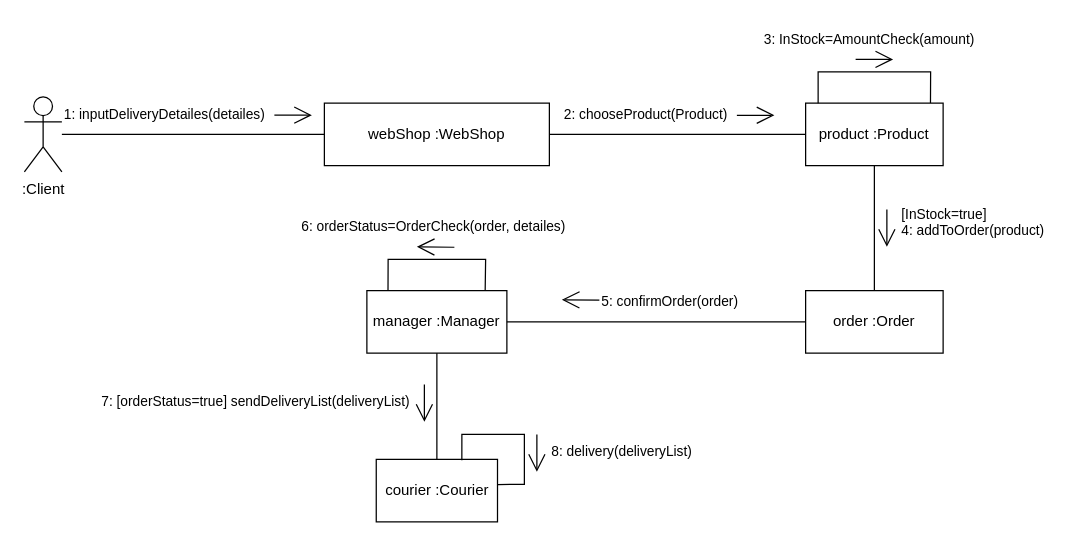
TallMan653/UML-farm-produce-sales-app keeps this draw.io diagram as Lab1/Диаграмма коммуникаций.drawio. Above is the earlier version. Source tidied: cells renumbered, new cells numbered last; positions are measured from the earlier drawing's top-left corner, leaving out a move shared by most shapes. Both pictures are drawn from the tidied source at 125%, with x=0, y=0 at pixel (24, 21).
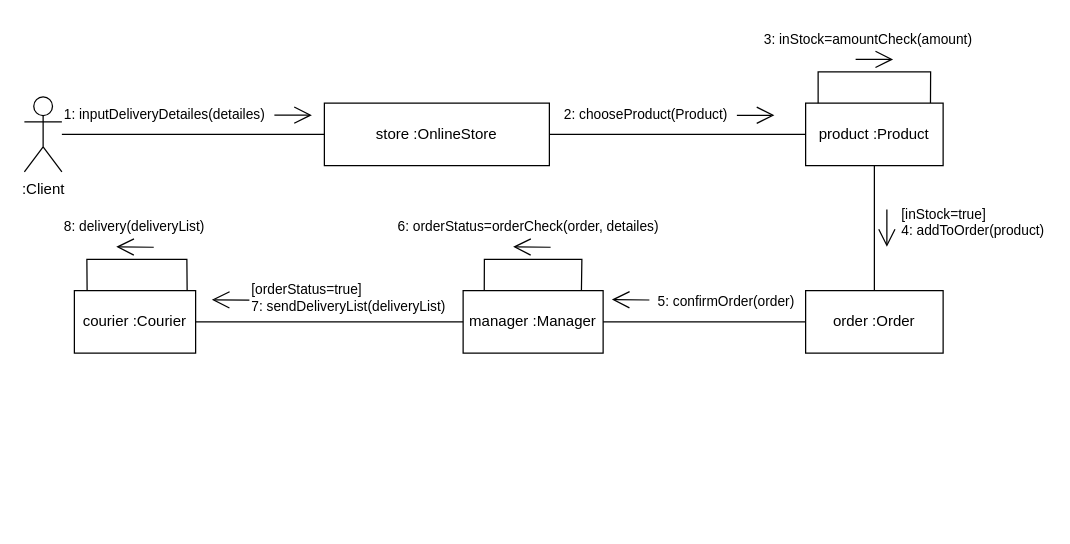
The same diagram, later.

Unchanged cells that the change refers to:
```xml
<mxCell id="2" value=":Client" style="shape=umlActor;verticalLabelPosition=bottom;verticalAlign=top;html=1;" parent="1" vertex="1">
  <mxGeometry y="60" width="30" height="60" as="geometry" />
</mxCell>
<mxCell id="6" value="product :Product" style="html=1;whiteSpace=wrap;" parent="1" vertex="1">
  <mxGeometry x="625" y="65" width="110" height="50" as="geometry" />
</mxCell>
```

What changed in the source:
```diff
@@
     <mxCell id="3" value="manager :Manager" style="html=1;whiteSpace=wrap;" parent="1" vertex="1">
-      <mxGeometry x="274" y="215" width="112" height="50" as="geometry" />
+      <mxGeometry x="351" y="215" width="112" height="50" as="geometry" />
     </mxCell>
@@
     <mxCell id="5" value="courier :Courier" style="html=1;whiteSpace=wrap;" parent="1" vertex="1">
-      <mxGeometry x="281.5" y="350" width="97" height="50" as="geometry" />
+      <mxGeometry x="40" y="215" width="97" height="50" as="geometry" />
     </mxCell>
@@
-    <mxCell id="7" value="webShop :WebShop" style="html=1;whiteSpace=wrap;" parent="1" vertex="1">
-      <mxGeometry x="240" y="65" width="180" height="50" as="geometry" />
-    </mxCell>
+    <mxCell id="32" value="store :OnlineStore" style="html=1;whiteSpace=wrap;" parent="1" vertex="1">
+      <mxGeometry x="240" y="65" width="180" height="50" as="geometry" />
+    </mxCell>
@@
-    <mxCell id="9" style="endArrow=none;html=1;rounded=0;entryX=0;entryY=0.5;entryDx=0;entryDy=0;" parent="1" edge="1" source="2" target="7">
-      <mxGeometry relative="1" as="geometry" />
-    </mxCell>
-    <mxCell id="10" style="endArrow=open;endFill=1;endSize=12;html=1;rounded=0;" parent="1" edge="1">
-      <mxGeometry relative="1" as="geometry">
-        <mxPoint x="200" y="74.6" as="sourcePoint" />
-        <mxPoint x="230" y="74.6" as="targetPoint" />
-      </mxGeometry>
-    </mxCell>
+    <mxCell id="33" style="endArrow=none;html=1;rounded=0;entryX=0;entryY=0.5;entryDx=0;entryDy=0;" parent="1" edge="1" source="2" target="32">
+      <mxGeometry relative="1" as="geometry" />
+    </mxCell>
+    <mxCell id="34" style="endArrow=open;endFill=1;endSize=12;html=1;rounded=0;" parent="1" edge="1">
+      <mxGeometry relative="1" as="geometry">
+        <mxPoint x="200" y="74.6" as="sourcePoint" />
+        <mxPoint x="230" y="74.6" as="targetPoint" />
+      </mxGeometry>
+    </mxCell>
@@
-    <mxCell id="12" style="endArrow=none;html=1;rounded=0;entryX=0;entryY=0.5;entryDx=0;entryDy=0;exitX=1;exitY=0.5;exitDx=0;exitDy=0;" parent="1" edge="1" source="7" target="6">
-      <mxGeometry relative="1" as="geometry" />
-    </mxCell>
-    <mxCell id="13" style="endArrow=open;endFill=1;endSize=12;html=1;rounded=0;" parent="1" edge="1">
-      <mxGeometry relative="1" as="geometry">
-        <mxPoint x="570" y="74.7" as="sourcePoint" />
-        <mxPoint x="600" y="74.7" as="targetPoint" />
-      </mxGeometry>
-    </mxCell>
-    <mxCell id="14" value="&lt;span style=&quot;color: rgb(0, 0, 0); font-family: Helvetica; font-size: 11px; font-style: normal; font-variant-ligatures: normal; font-variant-caps: normal; font-weight: 400; letter-spacing: normal; orphans: 2; text-align: center; text-indent: 0px; text-transform: none; widows: 2; word-spacing: 0px; -webkit-text-stroke-width: 0px; white-space: nowrap; background-color: rgb(255, 255, 255); text-decoration-thickness: initial; text-decoration-style: initial; text-decoration-color: initial; display: inline !important; float: none;&quot;&gt;3: InStock=AmountCheck(amount)&lt;/span&gt;" style="text;whiteSpace=wrap;html=1;" parent="1" vertex="1">
-      <mxGeometry x="590" width="180" height="30" as="geometry" />
-    </mxCell>
+    <mxCell id="35" style="endArrow=none;html=1;rounded=0;entryX=0;entryY=0.5;entryDx=0;entryDy=0;exitX=1;exitY=0.5;exitDx=0;exitDy=0;" parent="1" edge="1" source="32" target="6">
+      <mxGeometry relative="1" as="geometry" />
+    </mxCell>
+    <mxCell id="36" style="endArrow=open;endFill=1;endSize=12;html=1;rounded=0;" parent="1" edge="1">
+      <mxGeometry relative="1" as="geometry">
+        <mxPoint x="570" y="74.7" as="sourcePoint" />
+        <mxPoint x="600" y="74.7" as="targetPoint" />
+      </mxGeometry>
+    </mxCell>
+    <mxCell id="37" value="&lt;span style=&quot;color: rgb(0, 0, 0); font-family: Helvetica; font-size: 11px; font-style: normal; font-variant-ligatures: normal; font-variant-caps: normal; font-weight: 400; letter-spacing: normal; orphans: 2; text-align: center; text-indent: 0px; text-transform: none; widows: 2; word-spacing: 0px; -webkit-text-stroke-width: 0px; white-space: nowrap; background-color: rgb(255, 255, 255); text-decoration-thickness: initial; text-decoration-style: initial; text-decoration-color: initial; display: inline !important; float: none;&quot;&gt;3: inStock=amountCheck(amount)&lt;/span&gt;" style="text;whiteSpace=wrap;html=1;" parent="1" vertex="1">
+      <mxGeometry x="590" width="180" height="30" as="geometry" />
+    </mxCell>
@@
-    <mxCell id="16" style="endArrow=open;endFill=1;endSize=12;html=1;rounded=0;" parent="1" edge="1">
-      <mxGeometry relative="1" as="geometry">
-        <mxPoint x="665" y="30" as="sourcePoint" />
-        <mxPoint x="695" y="30" as="targetPoint" />
-      </mxGeometry>
-    </mxCell>
-    <mxCell id="17" value="&lt;span style=&quot;color: rgb(0, 0, 0); font-family: Helvetica; font-size: 11px; font-style: normal; font-variant-ligatures: normal; font-variant-caps: normal; font-weight: 400; letter-spacing: normal; orphans: 2; text-align: center; text-indent: 0px; text-transform: none; widows: 2; word-spacing: 0px; -webkit-text-stroke-width: 0px; white-space: nowrap; background-color: rgb(255, 255, 255); text-decoration-thickness: initial; text-decoration-style: initial; text-decoration-color: initial; display: inline !important; float: none;&quot;&gt;[InStock=true]&lt;/span&gt;&lt;div style=&quot;forced-color-adjust: none; color: rgb(0, 0, 0); font-family: Helvetica; font-size: 11px; font-style: normal; font-variant-ligatures: normal; font-variant-caps: normal; font-weight: 400; letter-spacing: normal; orphans: 2; text-align: center; text-indent: 0px; text-transform: none; widows: 2; word-spacing: 0px; -webkit-text-stroke-width: 0px; white-space: nowrap; text-decoration-thickness: initial; text-decoration-style: initial; text-decoration-color: initial;&quot;&gt;4: addToOrder(product)&amp;nbsp;&lt;/div&gt;" style="text;whiteSpace=wrap;html=1;" parent="1" vertex="1">
-      <mxGeometry x="700" y="140" width="120" height="50" as="geometry" />
-    </mxCell>
+    <mxCell id="38" style="endArrow=open;endFill=1;endSize=12;html=1;rounded=0;" parent="1" edge="1">
+      <mxGeometry relative="1" as="geometry">
+        <mxPoint x="665" y="30" as="sourcePoint" />
+        <mxPoint x="695" y="30" as="targetPoint" />
+      </mxGeometry>
+    </mxCell>
+    <mxCell id="39" value="&lt;span style=&quot;color: rgb(0, 0, 0); font-family: Helvetica; font-size: 11px; font-style: normal; font-variant-ligatures: normal; font-variant-caps: normal; font-weight: 400; letter-spacing: normal; orphans: 2; text-align: center; text-indent: 0px; text-transform: none; widows: 2; word-spacing: 0px; -webkit-text-stroke-width: 0px; white-space: nowrap; background-color: rgb(255, 255, 255); text-decoration-thickness: initial; text-decoration-style: initial; text-decoration-color: initial; display: inline !important; float: none;&quot;&gt;[inStock=true]&lt;/span&gt;&lt;div style=&quot;forced-color-adjust: none; color: rgb(0, 0, 0); font-family: Helvetica; font-size: 11px; font-style: normal; font-variant-ligatures: normal; font-variant-caps: normal; font-weight: 400; letter-spacing: normal; orphans: 2; text-align: center; text-indent: 0px; text-transform: none; widows: 2; word-spacing: 0px; -webkit-text-stroke-width: 0px; white-space: nowrap; text-decoration-thickness: initial; text-decoration-style: initial; text-decoration-color: initial;&quot;&gt;4: addToOrder(product)&amp;nbsp;&lt;/div&gt;" style="text;whiteSpace=wrap;html=1;" parent="1" vertex="1">
+      <mxGeometry x="700" y="140" width="120" height="50" as="geometry" />
+    </mxCell>
@@
-    <mxCell id="19" style="endArrow=open;endFill=1;endSize=12;html=1;rounded=0;" parent="1" edge="1">
-      <mxGeometry relative="1" as="geometry">
-        <mxPoint x="690" y="150" as="sourcePoint" />
-        <mxPoint x="690" y="180" as="targetPoint" />
-      </mxGeometry>
-    </mxCell>
+    <mxCell id="40" style="endArrow=open;endFill=1;endSize=12;html=1;rounded=0;" parent="1" edge="1">
+      <mxGeometry relative="1" as="geometry">
+        <mxPoint x="690" y="150" as="sourcePoint" />
+        <mxPoint x="690" y="180" as="targetPoint" />
+      </mxGeometry>
+    </mxCell>
     <mxCell id="20" value="&lt;span style=&quot;color: rgb(0, 0, 0); font-family: Helvetica; font-size: 11px; font-style: normal; font-variant-ligatures: normal; font-variant-caps: normal; font-weight: 400; letter-spacing: normal; orphans: 2; text-align: center; text-indent: 0px; text-transform: none; widows: 2; word-spacing: 0px; -webkit-text-stroke-width: 0px; white-space: nowrap; background-color: rgb(255, 255, 255); text-decoration-thickness: initial; text-decoration-style: initial; text-decoration-color: initial; display: inline !important; float: none;&quot;&gt;5: confirmOrder(order)&lt;/span&gt;" style="text;whiteSpace=wrap;html=1;" parent="1" vertex="1">
-      <mxGeometry x="460" y="210" width="120" height="25" as="geometry" />
+      <mxGeometry x="505" y="210" width="120" height="25" as="geometry" />
     </mxCell>
@@
-    <mxCell id="22" style="endArrow=open;endFill=1;endSize=12;html=1;rounded=0;" parent="1" edge="1">
-      <mxGeometry relative="1" as="geometry">
-        <mxPoint x="460" y="222.6" as="sourcePoint" />
-        <mxPoint x="430" y="222.3" as="targetPoint" />
-      </mxGeometry>
-    </mxCell>
-    <mxCell id="23" value="&lt;span style=&quot;color: rgb(0, 0, 0); font-family: Helvetica; font-size: 11px; font-style: normal; font-variant-ligatures: normal; font-variant-caps: normal; font-weight: 400; letter-spacing: normal; orphans: 2; text-align: center; text-indent: 0px; text-transform: none; widows: 2; word-spacing: 0px; -webkit-text-stroke-width: 0px; white-space: nowrap; background-color: rgb(255, 255, 255); text-decoration-thickness: initial; text-decoration-style: initial; text-decoration-color: initial; display: inline !important; float: none;&quot;&gt;6: orderStatus=OrderCheck(order, detailes)&lt;/span&gt;" style="text;whiteSpace=wrap;html=1;" parent="1" vertex="1">
-      <mxGeometry x="220" y="150" width="220" height="30" as="geometry" />
-    </mxCell>
+    <mxCell id="41" style="endArrow=open;endFill=1;endSize=12;html=1;rounded=0;" parent="1" edge="1">
+      <mxGeometry relative="1" as="geometry">
+        <mxPoint x="500" y="222.5" as="sourcePoint" />
+        <mxPoint x="470" y="222.2" as="targetPoint" />
+      </mxGeometry>
+    </mxCell>
+    <mxCell id="42" value="&lt;span style=&quot;color: rgb(0, 0, 0); font-family: Helvetica; font-size: 11px; font-style: normal; font-variant-ligatures: normal; font-variant-caps: normal; font-weight: 400; letter-spacing: normal; orphans: 2; text-align: center; text-indent: 0px; text-transform: none; widows: 2; word-spacing: 0px; -webkit-text-stroke-width: 0px; white-space: nowrap; background-color: rgb(255, 255, 255); text-decoration-thickness: initial; text-decoration-style: initial; text-decoration-color: initial; display: inline !important; float: none;&quot;&gt;6: orderStatus=orderCheck(order, detailes)&lt;/span&gt;" style="text;whiteSpace=wrap;html=1;" parent="1" vertex="1">
+      <mxGeometry x="297" y="150" width="220" height="30" as="geometry" />
+    </mxCell>
     <mxCell id="24" style="endArrow=none;html=1;rounded=0;entryX=0.845;entryY=-0.003;entryDx=0;entryDy=0;entryPerimeter=0;exitX=0.151;exitY=0.006;exitDx=0;exitDy=0;exitPerimeter=0;" parent="1" edge="1" source="3" target="3">
       <mxGeometry relative="1" as="geometry">
         <Array as="points">
-          <mxPoint x="291" y="190" />
-          <mxPoint x="369" y="190" />
+          <mxPoint x="368" y="190" />
+          <mxPoint x="446" y="190" />
         </Array>
       </mxGeometry>
     </mxCell>
-    <mxCell id="25" style="endArrow=open;endFill=1;endSize=12;html=1;rounded=0;" parent="1" edge="1">
-      <mxGeometry relative="1" as="geometry">
-        <mxPoint x="344" y="180.3" as="sourcePoint" />
-        <mxPoint x="314" y="180" as="targetPoint" />
-      </mxGeometry>
-    </mxCell>
-    <mxCell id="26" value="&lt;span style=&quot;color: rgb(0, 0, 0); font-family: Helvetica; font-size: 11px; font-style: normal; font-variant-ligatures: normal; font-variant-caps: normal; font-weight: 400; letter-spacing: normal; orphans: 2; text-align: center; text-indent: 0px; text-transform: none; widows: 2; word-spacing: 0px; -webkit-text-stroke-width: 0px; white-space: nowrap; background-color: rgb(255, 255, 255); text-decoration-thickness: initial; text-decoration-style: initial; text-decoration-color: initial; display: inline !important; float: none;&quot;&gt;7: [orderStatus=true] sendDeliveryList(deliveryList)&lt;/span&gt;" style="text;whiteSpace=wrap;html=1;" parent="1" vertex="1">
-      <mxGeometry x="60" y="290" width="250" height="30" as="geometry" />
-    </mxCell>
+    <mxCell id="43" style="endArrow=open;endFill=1;endSize=12;html=1;rounded=0;" parent="1" edge="1">
+      <mxGeometry relative="1" as="geometry">
+        <mxPoint x="421" y="180.3" as="sourcePoint" />
+        <mxPoint x="391" y="180" as="targetPoint" />
+      </mxGeometry>
+    </mxCell>
+    <mxCell id="44" value="&lt;span style=&quot;color: rgb(0, 0, 0); font-family: Helvetica; font-size: 11px; font-style: normal; font-variant-ligatures: normal; font-variant-caps: normal; font-weight: 400; letter-spacing: normal; orphans: 2; text-align: center; text-indent: 0px; text-transform: none; widows: 2; word-spacing: 0px; -webkit-text-stroke-width: 0px; white-space: nowrap; background-color: rgb(255, 255, 255); text-decoration-thickness: initial; text-decoration-style: initial; text-decoration-color: initial; display: inline !important; float: none;&quot;&gt;[orderStatus=true] &lt;br&gt;7:&amp;nbsp;sendDeliveryList(deliveryList)&lt;/span&gt;" style="text;whiteSpace=wrap;html=1;" parent="1" vertex="1">
+      <mxGeometry x="180" y="200" width="160" height="30" as="geometry" />
+    </mxCell>
     <mxCell id="27" value="&lt;span style=&quot;color: rgb(0, 0, 0); font-family: Helvetica; font-size: 11px; font-style: normal; font-variant-ligatures: normal; font-variant-caps: normal; font-weight: 400; letter-spacing: normal; orphans: 2; text-align: center; text-indent: 0px; text-transform: none; widows: 2; word-spacing: 0px; -webkit-text-stroke-width: 0px; white-space: nowrap; background-color: rgb(255, 255, 255); text-decoration-thickness: initial; text-decoration-style: initial; text-decoration-color: initial; display: inline !important; float: none;&quot;&gt;8: delivery(deliveryList)&lt;/span&gt;" style="text;whiteSpace=wrap;html=1;" parent="1" vertex="1">
-      <mxGeometry x="420" y="330" width="121.5" height="30" as="geometry" />
+      <mxGeometry x="30" y="150" width="120" height="30" as="geometry" />
     </mxCell>
-    <mxCell id="28" style="endArrow=none;html=1;rounded=0;exitX=0.5;exitY=0;exitDx=0;exitDy=0;entryX=0.5;entryY=1;entryDx=0;entryDy=0;" parent="1" edge="1" source="5" target="3">
+    <mxCell id="28" style="endArrow=none;html=1;rounded=0;exitX=1;exitY=0.5;exitDx=0;exitDy=0;entryX=0;entryY=0.5;entryDx=0;entryDy=0;" parent="1" edge="1" source="5" target="3">
       <mxGeometry relative="1" as="geometry" />
     </mxCell>
-    <mxCell id="29" style="endArrow=open;endFill=1;endSize=12;html=1;rounded=0;" parent="1" edge="1">
-      <mxGeometry relative="1" as="geometry">
-        <mxPoint x="320" y="290" as="sourcePoint" />
-        <mxPoint x="320" y="320" as="targetPoint" />
-      </mxGeometry>
-    </mxCell>
+    <mxCell id="45" style="endArrow=open;endFill=1;endSize=12;html=1;rounded=0;" parent="1" edge="1">
+      <mxGeometry relative="1" as="geometry">
+        <mxPoint x="180" y="222.6" as="sourcePoint" />
+        <mxPoint x="150" y="222.3" as="targetPoint" />
+      </mxGeometry>
+    </mxCell>
-    <mxCell id="30" style="endArrow=none;html=1;rounded=0;entryX=1.002;entryY=0.402;entryDx=0;entryDy=0;exitX=0.706;exitY=0.013;exitDx=0;exitDy=0;entryPerimeter=0;exitPerimeter=0;" parent="1" edge="1" source="5" target="5">
+    <mxCell id="30" style="endArrow=none;html=1;rounded=0;entryX=0.93;entryY=-0.005;entryDx=0;entryDy=0;entryPerimeter=0;exitX=0.105;exitY=-0.002;exitDx=0;exitDy=0;exitPerimeter=0;" parent="1" edge="1" source="5" target="5">
       <mxGeometry relative="1" as="geometry">
         <Array as="points">
-          <mxPoint x="350" y="330" />
-          <mxPoint x="370" y="330" />
-          <mxPoint x="400" y="330" />
-          <mxPoint x="400" y="370" />
+          <mxPoint x="50" y="190" />
+          <mxPoint x="130" y="190" />
         </Array>
       </mxGeometry>
     </mxCell>
-    <mxCell id="31" style="endArrow=open;endFill=1;endSize=12;html=1;rounded=0;" parent="1" edge="1">
-      <mxGeometry relative="1" as="geometry">
-        <mxPoint x="410" y="330" as="sourcePoint" />
-        <mxPoint x="410" y="360" as="targetPoint" />
-      </mxGeometry>
-    </mxCell>
+    <mxCell id="46" style="endArrow=open;endFill=1;endSize=12;html=1;rounded=0;" parent="1" edge="1">
+      <mxGeometry relative="1" as="geometry">
+        <mxPoint x="103.5" y="180.3" as="sourcePoint" />
+        <mxPoint x="73.5" y="180" as="targetPoint" />
+      </mxGeometry>
+    </mxCell>
```
